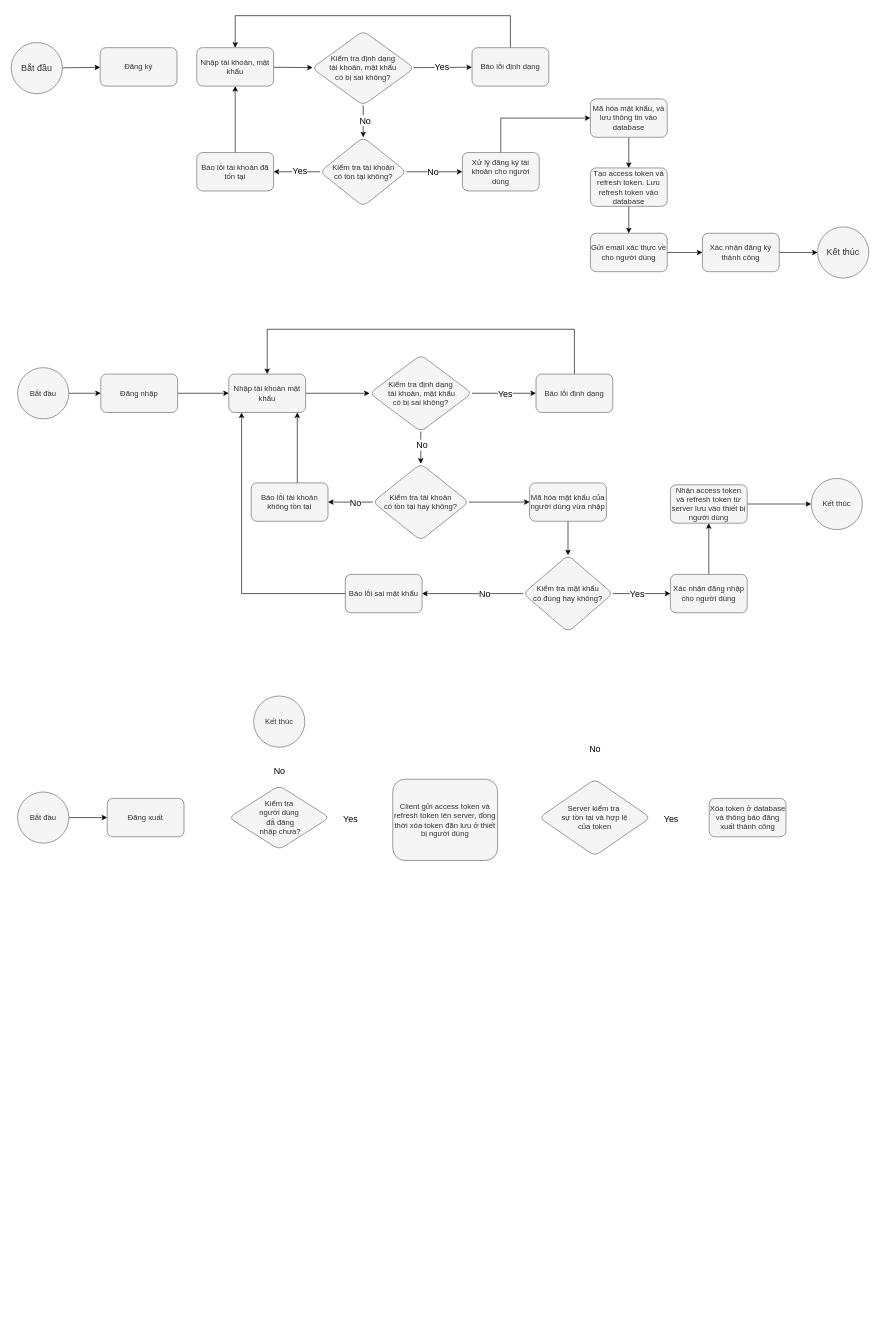
This is SoDo.drawio from haota1307/project-twitter, a draw.io file, before an edit. Source tidied: cells renumbered, new cells numbered last; positions are measured from the earlier drawing's top-left corner, leaving out a move shared by most shapes. Both pictures are drawn from the tidied source at 64%, with x=0, y=0 at pixel (11, 15).
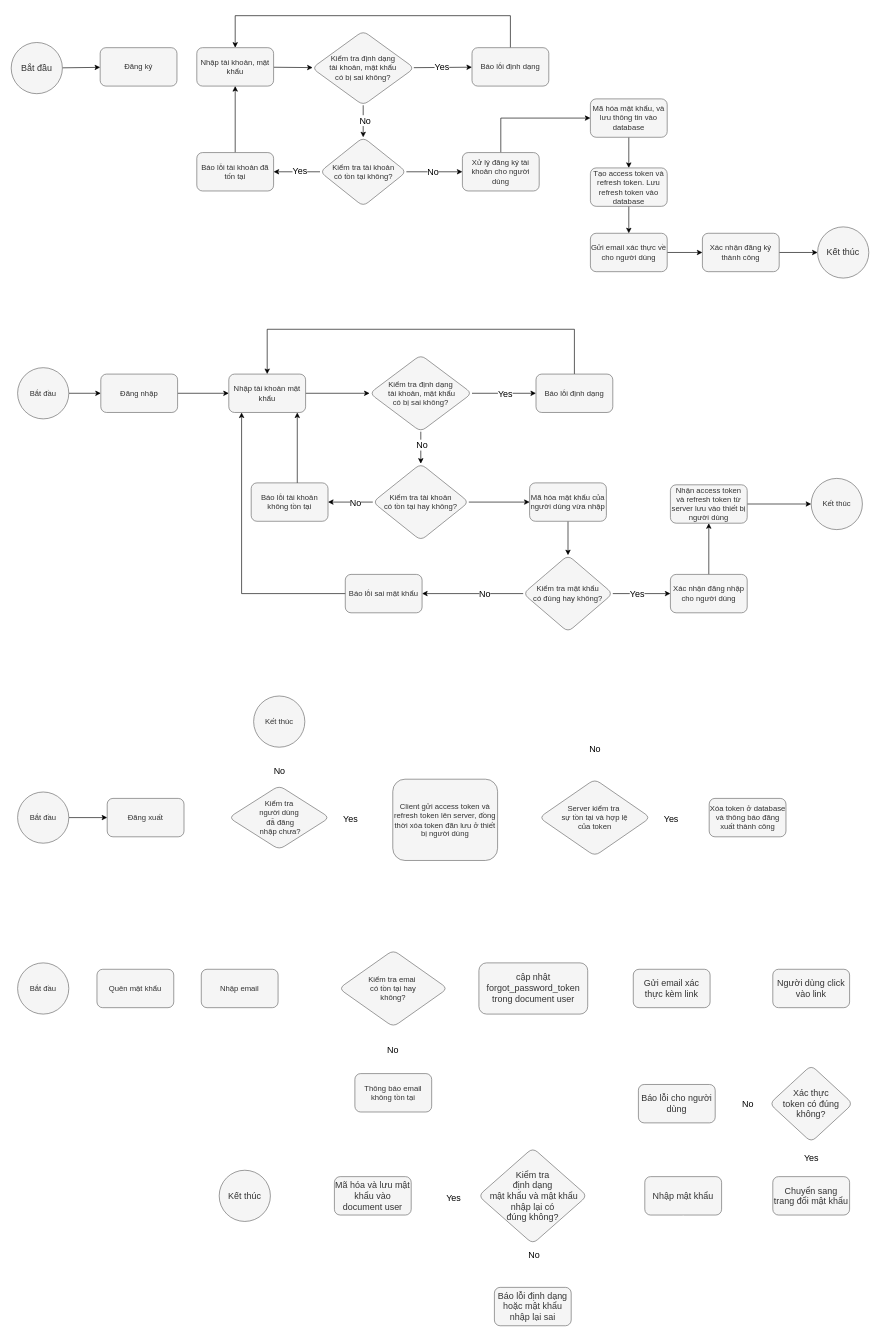
The same page after the edit.

The edit, as a diff of the source:
```diff
@@
+    <mxCell id="85" style="edgeStyle=none;rounded=0;html=1;strokeColor=#FFFFFF;fontSize=14;" parent="1" edge="1" source="86" target="88">
+      <mxGeometry relative="1" as="geometry" />
+    </mxCell>
+    <mxCell id="86" value="Bắt đầu" style="ellipse;whiteSpace=wrap;html=1;fillColor=#f5f5f5;strokeColor=#666666;fontColor=#333333;rounded=1;" parent="1" vertex="1">
+      <mxGeometry x="10" y="1480" width="80" height="80" as="geometry" />
+    </mxCell>
+    <mxCell id="87" style="edgeStyle=none;rounded=0;html=1;strokeColor=#FFFFFF;fontSize=14;" parent="1" edge="1" source="88" target="90">
+      <mxGeometry relative="1" as="geometry" />
+    </mxCell>
+    <mxCell id="88" value="Quên mật khẩu" style="rounded=1;whiteSpace=wrap;html=1;fillColor=#f5f5f5;strokeColor=#666666;fontColor=#333333;" parent="1" vertex="1">
+      <mxGeometry x="134" y="1490" width="120" height="60" as="geometry" />
+    </mxCell>
+    <mxCell id="89" style="edgeStyle=none;rounded=0;html=1;strokeColor=#FFFFFF;fontSize=14;" parent="1" edge="1" source="90" target="94">
+      <mxGeometry relative="1" as="geometry" />
+    </mxCell>
+    <mxCell id="90" value="Nhập email" style="whiteSpace=wrap;html=1;fillColor=#f5f5f5;strokeColor=#666666;fontColor=#333333;rounded=1;" parent="1" vertex="1">
+      <mxGeometry x="297" y="1490" width="120" height="60" as="geometry" />
+    </mxCell>
+    <mxCell id="91" style="edgeStyle=none;rounded=0;html=1;strokeColor=#FFFFFF;fontSize=14;" parent="1" edge="1" source="94" target="96">
+      <mxGeometry relative="1" as="geometry" />
+    </mxCell>
+    <mxCell id="92" value="No" style="edgeLabel;html=1;align=center;verticalAlign=middle;fontSize=14;" parent="91" vertex="1">
+      <mxGeometry x="-0.48" y="-3" relative="1" as="geometry">
+        <mxPoint x="1" y="16" as="offset" />
+      </mxGeometry>
+    </mxCell>
+    <mxCell id="93" style="edgeStyle=none;rounded=0;html=1;exitX=1;exitY=0.5;exitDx=0;exitDy=0;entryX=0;entryY=0.5;entryDx=0;entryDy=0;strokeColor=#FFFFFF;fontSize=14;" parent="1" edge="1" source="94" target="98">
+      <mxGeometry relative="1" as="geometry" />
+    </mxCell>
+    <mxCell id="94" value="Kiểm tra emai&amp;nbsp;&lt;br&gt;có tồn tại hay&lt;br&gt;không?" style="rhombus;whiteSpace=wrap;html=1;fillColor=#f5f5f5;strokeColor=#666666;fontColor=#333333;rounded=1;" parent="1" vertex="1">
+      <mxGeometry x="512" y="1460" width="170" height="120" as="geometry" />
+    </mxCell>
+    <mxCell id="95" style="edgeStyle=none;rounded=0;html=1;exitX=0;exitY=0.5;exitDx=0;exitDy=0;entryX=0.5;entryY=1;entryDx=0;entryDy=0;strokeColor=#FFFFFF;fontSize=14;" parent="1" edge="1">
+      <mxGeometry relative="1" as="geometry">
+        <mxPoint x="561" y="1685" as="sourcePoint" />
+        <mxPoint x="381" y="1552" as="targetPoint" />
+        <Array as="points">
+          <mxPoint x="380" y="1685" />
+        </Array>
+      </mxGeometry>
+    </mxCell>
+    <mxCell id="96" value="Thông báo email không tồn tại" style="whiteSpace=wrap;html=1;fillColor=#f5f5f5;strokeColor=#666666;fontColor=#333333;rounded=1;" parent="1" vertex="1">
+      <mxGeometry x="537" y="1653" width="120" height="60" as="geometry" />
+    </mxCell>
+    <mxCell id="97" style="edgeStyle=none;rounded=0;html=1;exitX=1;exitY=0.5;exitDx=0;exitDy=0;entryX=0;entryY=0.5;entryDx=0;entryDy=0;strokeColor=#FFFFFF;fontSize=14;" parent="1" edge="1" source="98" target="100">
+      <mxGeometry relative="1" as="geometry" />
+    </mxCell>
+    <mxCell id="98" value="cập nhật forgot_password_token trong document user" style="rounded=1;whiteSpace=wrap;html=1;fillColor=#f5f5f5;strokeColor=#666666;fontColor=#333333;fontSize=14;" parent="1" vertex="1">
+      <mxGeometry x="730.8" y="1480" width="170" height="80" as="geometry" />
+    </mxCell>
+    <mxCell id="99" style="edgeStyle=none;rounded=0;html=1;strokeColor=#FFFFFF;fontSize=14;" parent="1" edge="1" source="100" target="102">
+      <mxGeometry relative="1" as="geometry" />
+    </mxCell>
+    <mxCell id="100" value="Gửi email xác thực kèm link" style="whiteSpace=wrap;html=1;fontSize=14;fillColor=#f5f5f5;strokeColor=#666666;fontColor=#333333;rounded=1;" parent="1" vertex="1">
+      <mxGeometry x="972" y="1490" width="120" height="60" as="geometry" />
+    </mxCell>
+    <mxCell id="101" style="edgeStyle=none;rounded=0;html=1;strokeColor=#FFFFFF;fontSize=14;" parent="1" edge="1" source="102" target="107">
+      <mxGeometry relative="1" as="geometry" />
+    </mxCell>
+    <mxCell id="102" value="Người dùng click vào link" style="whiteSpace=wrap;html=1;fontSize=14;fillColor=#f5f5f5;strokeColor=#666666;fontColor=#333333;rounded=1;" parent="1" vertex="1">
+      <mxGeometry x="1190" y="1490" width="120" height="60" as="geometry" />
+    </mxCell>
+    <mxCell id="103" style="edgeStyle=none;rounded=0;html=1;strokeColor=#FFFFFF;fontSize=14;" parent="1" edge="1" source="107">
+      <mxGeometry relative="1" as="geometry">
+        <mxPoint x="1100" y="1700" as="targetPoint" />
+      </mxGeometry>
+    </mxCell>
+    <mxCell id="104" value="No" style="edgeLabel;html=1;align=center;verticalAlign=middle;fontSize=14;" parent="103" vertex="1">
+      <mxGeometry x="-0.31" relative="1" as="geometry">
+        <mxPoint x="-6" y="-1" as="offset" />
+      </mxGeometry>
+    </mxCell>
+    <mxCell id="105" style="edgeStyle=none;rounded=0;html=1;strokeColor=#FFFFFF;fontSize=14;exitX=0.5;exitY=1;exitDx=0;exitDy=0;" parent="1" edge="1" source="107">
+      <mxGeometry relative="1" as="geometry">
+        <mxPoint x="1250" y="1815" as="targetPoint" />
+      </mxGeometry>
+    </mxCell>
+    <mxCell id="106" value="Yes" style="edgeLabel;html=1;align=center;verticalAlign=middle;fontSize=14;" parent="105" vertex="1">
+      <mxGeometry x="-0.47" y="-1" relative="1" as="geometry">
+        <mxPoint y="9" as="offset" />
+      </mxGeometry>
+    </mxCell>
+    <mxCell id="107" value="Xác thực &lt;br&gt;token có đúng không?" style="rhombus;whiteSpace=wrap;html=1;fontSize=14;fillColor=#f5f5f5;strokeColor=#666666;fontColor=#333333;rounded=1;" parent="1" vertex="1">
+      <mxGeometry x="1185" y="1640" width="130" height="120" as="geometry" />
+    </mxCell>
+    <mxCell id="108" value="Báo lỗi cho người dùng" style="whiteSpace=wrap;html=1;fontSize=14;fillColor=#f5f5f5;strokeColor=#666666;fontColor=#333333;rounded=1;" parent="1" vertex="1">
+      <mxGeometry x="980" y="1670" width="120" height="60" as="geometry" />
+    </mxCell>
+    <mxCell id="109" style="edgeStyle=none;rounded=0;html=1;strokeColor=#FFFFFF;fontSize=14;" parent="1" edge="1" source="110" target="112">
+      <mxGeometry relative="1" as="geometry" />
+    </mxCell>
+    <mxCell id="110" value="Chuyển sang trang đổi mật khẩu" style="whiteSpace=wrap;html=1;fontSize=14;fillColor=#f5f5f5;strokeColor=#666666;fontColor=#333333;rounded=1;" parent="1" vertex="1">
+      <mxGeometry x="1190" y="1814" width="120" height="60" as="geometry" />
+    </mxCell>
+    <mxCell id="111" style="edgeStyle=none;rounded=0;html=1;strokeColor=#FFFFFF;fontSize=14;" parent="1" edge="1" source="112" target="117">
+      <mxGeometry relative="1" as="geometry" />
+    </mxCell>
+    <mxCell id="112" value="Nhập mật khẩu" style="rounded=1;whiteSpace=wrap;html=1;fontSize=14;fillColor=#f5f5f5;strokeColor=#666666;fontColor=#333333;" parent="1" vertex="1">
+      <mxGeometry x="990" y="1814" width="120" height="60" as="geometry" />
+    </mxCell>
+    <mxCell id="113" style="edgeStyle=none;rounded=0;html=1;strokeColor=#FFFFFF;fontSize=14;" parent="1" edge="1" source="117" target="119">
+      <mxGeometry relative="1" as="geometry" />
+    </mxCell>
+    <mxCell id="114" value="No" style="edgeLabel;html=1;align=center;verticalAlign=middle;fontSize=14;" parent="113" vertex="1">
+      <mxGeometry x="-0.51" y="1" relative="1" as="geometry" />
+    </mxCell>
+    <mxCell id="115" style="edgeStyle=none;rounded=0;html=1;strokeColor=#FFFFFF;fontSize=14;" parent="1" edge="1" source="117" target="121">
+      <mxGeometry relative="1" as="geometry" />
+    </mxCell>
+    <mxCell id="116" value="Yes" style="edgeLabel;html=1;align=center;verticalAlign=middle;fontSize=14;" parent="115" vertex="1">
+      <mxGeometry x="-0.24" y="3" relative="1" as="geometry" />
+    </mxCell>
+    <mxCell id="117" value="Kiểm tra &lt;br&gt;định dạng&lt;br&gt;&amp;nbsp;mật khẩu và mật khẩu nhập lại có &lt;br&gt;đúng không?" style="rhombus;whiteSpace=wrap;html=1;fontSize=14;fillColor=#f5f5f5;strokeColor=#666666;fontColor=#333333;rounded=1;" parent="1" vertex="1">
+      <mxGeometry x="730" y="1769" width="170" height="150" as="geometry" />
+    </mxCell>
+    <mxCell id="118" style="edgeStyle=none;rounded=0;html=1;exitX=1;exitY=0.5;exitDx=0;exitDy=0;entryX=0.5;entryY=1;entryDx=0;entryDy=0;strokeColor=#FFFFFF;fontSize=14;" parent="1" edge="1" source="119" target="112">
+      <mxGeometry relative="1" as="geometry">
+        <Array as="points">
+          <mxPoint x="1050" y="2017" />
+        </Array>
+      </mxGeometry>
+    </mxCell>
+    <mxCell id="119" value="Báo lỗi định dạng hoặc mật khẩu nhập lại sai" style="rounded=1;whiteSpace=wrap;html=1;fontSize=14;fillColor=#f5f5f5;strokeColor=#666666;fontColor=#333333;" parent="1" vertex="1">
+      <mxGeometry x="755" y="1987" width="120" height="60" as="geometry" />
+    </mxCell>
+    <mxCell id="120" style="edgeStyle=none;rounded=0;html=1;strokeColor=#FFFFFF;fontSize=14;" parent="1" edge="1" source="121" target="122">
+      <mxGeometry relative="1" as="geometry" />
+    </mxCell>
+    <mxCell id="121" value="Mã hóa và lưu mật khẩu vào document user" style="whiteSpace=wrap;html=1;fontSize=14;fillColor=#f5f5f5;strokeColor=#666666;fontColor=#333333;rounded=1;" parent="1" vertex="1">
+      <mxGeometry x="505" y="1814" width="120" height="60" as="geometry" />
+    </mxCell>
+    <mxCell id="122" value="Kết thúc" style="ellipse;whiteSpace=wrap;html=1;fontSize=14;fillColor=#f5f5f5;strokeColor=#666666;fontColor=#333333;rounded=1;" parent="1" vertex="1">
+      <mxGeometry x="325" y="1804" width="80" height="80" as="geometry" />
+    </mxCell>
```
